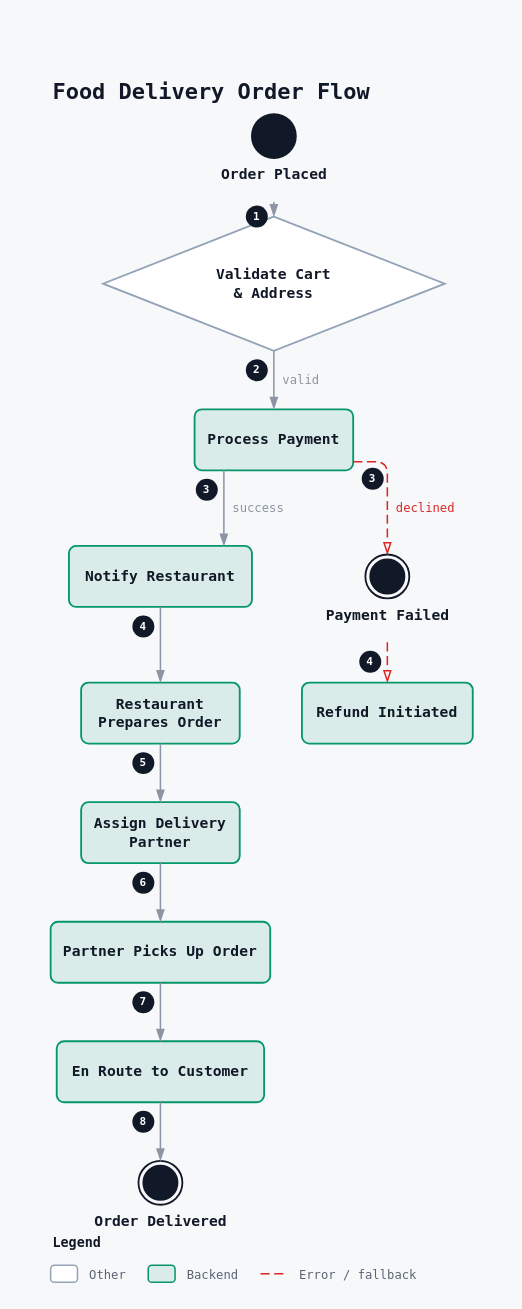
Above: examples/swiggy_order_flow/swiggy_order_flow.drawio in rg12301/rdg (draw.io), before the change. Source tidied: cells renumbered, new cells numbered last; positions are measured from the earlier drawing's top-left corner, leaving out a move shared by most shapes. Both pictures are drawn from the tidied source at 122%, with x=0, y=0 at pixel (50, 70).
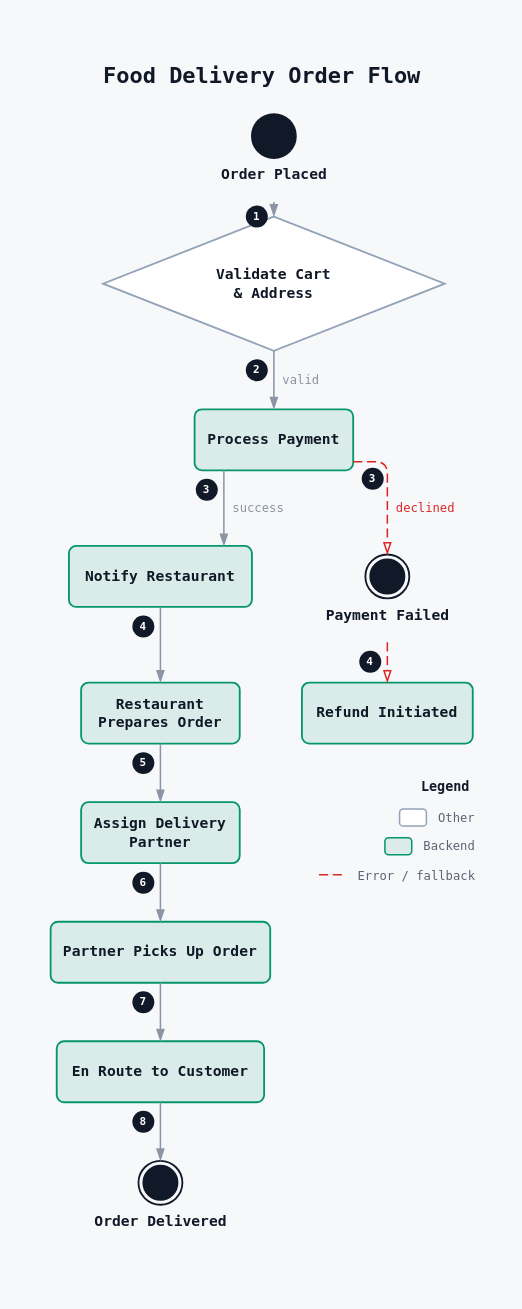
After the change.

The edit, as a diff of the source:
```diff
@@
+    <mxCell id="41" style="rounded=0;fillColor=none;strokeColor=none;selectable=0;" parent="1" vertex="1">
+      <mxGeometry x="-24" y="-40" width="394" height="998" as="geometry" />
+    </mxCell>
-    <mxCell id="2" value="&lt;b&gt;&lt;font style=&quot;font-size:18px;color:#111827;&quot;&gt;Food Delivery Order Flow&lt;/font&gt;&lt;/b&gt;" style="text;html=1;strokeColor=none;fillColor=none;align=left;verticalAlign=top;rounded=0;whiteSpace=nowrap;fontFamily=JetBrains Mono, ui-monospace, SFMono-Regular, Menlo, Consolas, monospace;" parent="1" vertex="1">
-      <mxGeometry width="259" height="36" as="geometry" />
+    <mxCell id="2" value="&lt;b&gt;&lt;font style=&quot;font-size:18px;color:#111827;line-height:24px;&quot;&gt;Food Delivery Order Flow&lt;/font&gt;&lt;/b&gt;" style="text;html=1;strokeColor=none;fillColor=none;align=center;verticalAlign=top;rounded=0;whiteSpace=nowrap;spacing=0;fontFamily=JetBrains Mono, ui-monospace, SFMono-Regular, Menlo, Consolas, monospace;" parent="1" vertex="1">
+      <mxGeometry x="41" y="-12" width="263.2" height="24.3" as="geometry" />
     </mxCell>
@@
     <mxCell id="34" value="Legend" style="text;html=1;strokeColor=none;fillColor=none;align=left;verticalAlign=middle;whiteSpace=nowrap;fontFamily=JetBrains Mono, ui-monospace, SFMono-Regular, Menlo, Consolas, monospace;fontSize=11;fontColor=#111827;fontStyle=1;" parent="1" vertex="1">
-      <mxGeometry y="954" width="120" height="14.9" as="geometry" />
+      <mxGeometry x="302.4" y="580" width="43.6" height="14.9" as="geometry" />
     </mxCell>
     <mxCell id="35" style="rounded=1;absoluteArcSize=1;arcSize=6;fillColor=#ffffff;fillOpacity=100;strokeColor=#94a3b8;strokeWidth=1.25;" parent="1" vertex="1">
-      <mxGeometry y="979.6" width="22" height="14" as="geometry" />
+      <mxGeometry x="286" y="605.6" width="22" height="14" as="geometry" />
     </mxCell>
     <mxCell id="36" value="Other" style="text;html=1;strokeColor=none;fillColor=none;align=left;verticalAlign=middle;whiteSpace=nowrap;fontFamily=JetBrains Mono, ui-monospace, SFMono-Regular, Menlo, Consolas, monospace;fontSize=10;fontColor=#5b6474;fontStyle=0;" parent="1" vertex="1">
-      <mxGeometry x="30" y="974.9" width="50" height="23.5" as="geometry" />
+      <mxGeometry x="316" y="600.9" width="50" height="23.5" as="geometry" />
     </mxCell>
-    <mxCell id="37" style="rounded=1;absoluteArcSize=1;arcSize=6;fillColor=#059669;fillOpacity=12;strokeColor=#059669;strokeWidth=1.25;" parent="1" vertex="1">
-      <mxGeometry x="80" y="979.6" width="22" height="14" as="geometry" />
-    </mxCell>
+    <mxCell id="42" style="rounded=1;absoluteArcSize=1;arcSize=6;fillColor=#059669;fillOpacity=12;strokeColor=#059669;strokeWidth=1.25;" parent="1" vertex="1">
+      <mxGeometry x="274" y="629.1" width="22" height="14" as="geometry" />
+    </mxCell>
     <mxCell id="38" value="Backend" style="text;html=1;strokeColor=none;fillColor=none;align=left;verticalAlign=middle;whiteSpace=nowrap;fontFamily=JetBrains Mono, ui-monospace, SFMono-Regular, Menlo, Consolas, monospace;fontSize=10;fontColor=#5b6474;fontStyle=0;" parent="1" vertex="1">
-      <mxGeometry x="110" y="974.9" width="62" height="23.5" as="geometry" />
+      <mxGeometry x="304" y="624.4" width="62" height="23.5" as="geometry" />
     </mxCell>
-    <mxCell id="39" style="endArrow=none;html=1;strokeColor=#dc2626;strokeWidth=1.25;dashed=1;dashPattern=6 3;" parent="1" edge="1">
-      <mxGeometry relative="1" as="geometry">
-        <mxPoint x="172" y="986.6" as="sourcePoint" />
-        <mxPoint x="194" y="986.6" as="targetPoint" />
-      </mxGeometry>
-    </mxCell>
+    <mxCell id="43" style="endArrow=none;html=1;strokeColor=#dc2626;strokeWidth=1.25;dashed=1;dashPattern=6 3;" parent="1" edge="1">
+      <mxGeometry relative="1" as="geometry">
+        <mxPoint x="220" y="659.6" as="sourcePoint" />
+        <mxPoint x="242" y="659.6" as="targetPoint" />
+      </mxGeometry>
+    </mxCell>
     <mxCell id="40" value="Error / fallback" style="text;html=1;strokeColor=none;fillColor=none;align=left;verticalAlign=middle;whiteSpace=nowrap;fontFamily=JetBrains Mono, ui-monospace, SFMono-Regular, Menlo, Consolas, monospace;fontSize=10;fontColor=#5b6474;fontStyle=0;" parent="1" vertex="1">
-      <mxGeometry x="202" y="974.9" width="116" height="23.5" as="geometry" />
+      <mxGeometry x="250" y="647.9" width="116" height="23.5" as="geometry" />
     </mxCell>
```
